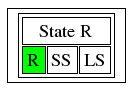
This is msm/legend_r.png from spurious/ThreadSanitizer-mirror, a Graphviz export, as it was before one commit. Its source is kept beside it as msm/legend_r.dot. Source of this version:
```dot
digraph msm1{
  zw [shape=rectangle label=<<TABLE BGCOLOR="white"> <tr>
        <td colspan="3">State R</td>
      </tr> <tr>
        <td bgcolor='green'>R</td>
        <td>SS</td>
        <td>LS</td>
      </tr> </TABLE>>
    ]
}
```
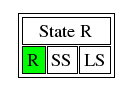
The same diagram one commit later.

The edit, as a diff of the source:
```diff
@@ -1,5 +1,5 @@
 digraph msm1{
-  zw [shape=rectangle label=<<TABLE BGCOLOR="white"> <tr>
+  zw [shape=plaintext label=<<TABLE BGCOLOR="white"> <tr>
         <td colspan="3">State R</td>
       </tr> <tr>
         <td bgcolor='green'>R</td>
```
